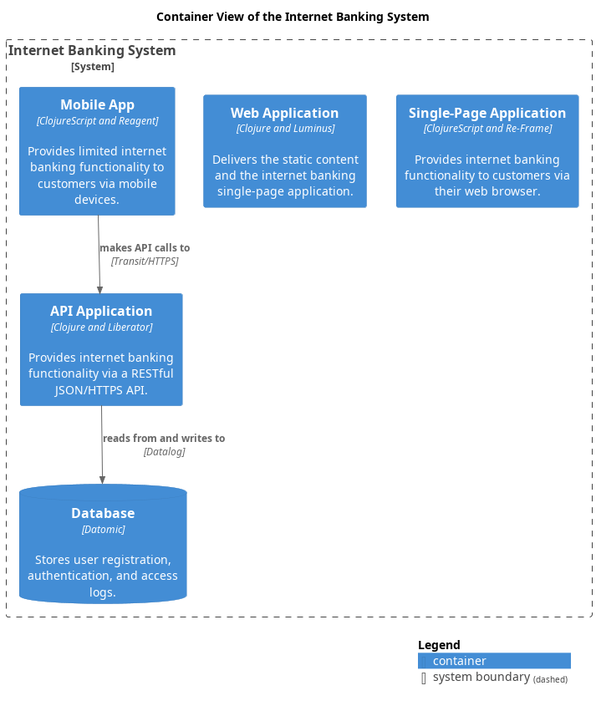
Above: docs/mybank/digital-banking/internet-banking-system/container-view.png in soulspace-org/my-bank-model (PlantUML), before the change.
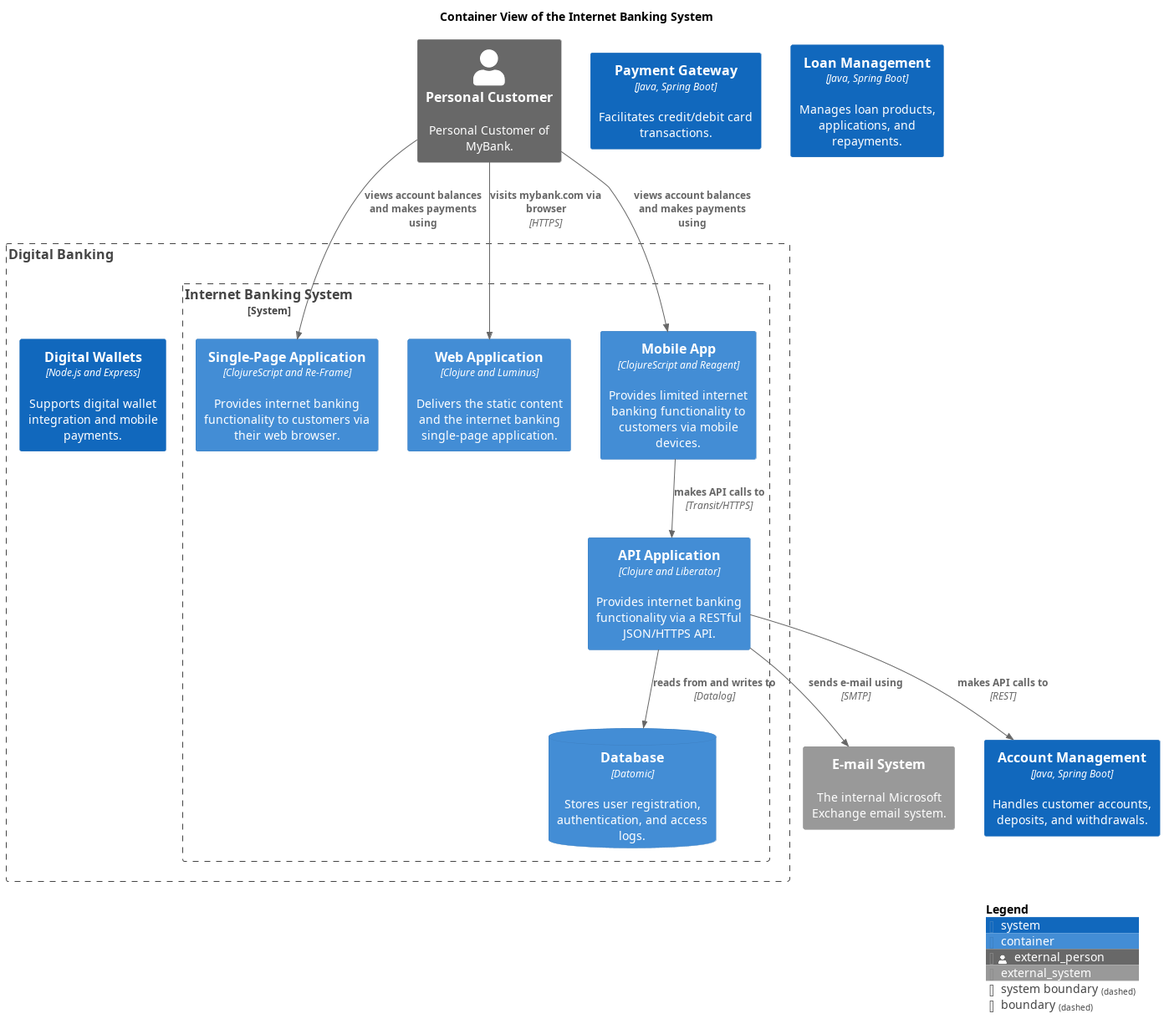
The same file after the commit.

Diff of the diagram source:
```diff
@@ -13,14 +13,34 @@
 
 
 title Container View of the Internet Banking System
-System_Boundary(mybank_digitalBanking_internetBankingSystem_internetBankingSystem, "Internet Banking System") {
-  Container(mybank_digitalBanking_internetBankingSystem_apiApplication, "API Application", $descr="Provides internet banking functionality via a RESTful JSON/HTTPS API.", $techn="Clojure and Liberator")
-  Container(mybank_digitalBanking_internetBankingSystem_singlePageApp, "Single-Page Application", $descr="Provides internet banking functionality to customers via their web browser.", $techn="ClojureScript and Re-Frame")
-  Container(mybank_digitalBanking_internetBankingSystem_webApp, "Web Application", $descr="Delivers the static content and the internet banking single-page application.", $techn="Clojure and Luminus")
-  Container(mybank_digitalBanking_internetBankingSystem_mobileApp, "Mobile App", $descr="Provides limited internet banking functionality to customers via mobile devices.", $techn="ClojureScript and Reagent")
-  ContainerDb(mybank_digitalBanking_internetBankingSystem_database, "Database", $descr="Stores user registration, authentication, and access logs.", $techn="Datomic")
+System_Ext(mybank_emailSystem, "E-mail System", $descr="The internal Microsoft Exchange email system.")
+Person_Ext(mybank_personalCustomer, "Personal Customer", $descr="Personal Customer of MyBank.")
+System(mybank_payment_paymentGatewaySystem, "Payment Gateway", $descr="Facilitates credit/debit card transactions.", $type="Java, Spring Boot")
+System(mybank_coreBanking_loanManagementSystem, "Loan Management", $descr="Manages loan products, applications, and repayments.", $type="Java, Spring Boot")
+System(mybank_coreBanking_accountManagementSystem, "Account Management", $descr="Handles customer accounts, deposits, and withdrawals.", $type="Java, Spring Boot")
+Boundary(mybank_digitalBanking_contextBoundary, "Digital Banking") {
+  System(mybank_digitalBanking_digitalWalletsSystem, "Digital Wallets", $descr="Supports digital wallet integration and mobile payments.", $type="Node.js and Express")
+  System_Boundary(mybank_digitalBanking_internetBankingSystem_internetBankingSystem, "Internet Banking System") {
+    Container(mybank_digitalBanking_internetBankingSystem_apiApplication, "API Application", $descr="Provides internet banking functionality via a RESTful JSON/HTTPS API.", $techn="Clojure and Liberator")
+    Container(mybank_digitalBanking_internetBankingSystem_singlePageApp, "Single-Page Application", $descr="Provides internet banking functionality to customers via their web browser.", $techn="ClojureScript and Re-Frame")
+    Container(mybank_digitalBanking_internetBankingSystem_webApp, "Web Application", $descr="Delivers the static content and the internet banking single-page application.", $techn="Clojure and Luminus")
+    Container(mybank_digitalBanking_internetBankingSystem_mobileApp, "Mobile App", $descr="Provides limited internet banking functionality to customers via mobile devices.", $techn="ClojureScript and Reagent")
+    ContainerDb(mybank_digitalBanking_internetBankingSystem_database, "Database", $descr="Stores user registration, authentication, and access logs.", $techn="Datomic")
+  }
+  System_Boundary(mybank_digitalBanking_internetBankingSystem_internetBankingSystem, "Internet Banking System") {
+    Container(mybank_digitalBanking_internetBankingSystem_apiApplication, "API Application", $descr="Provides internet banking functionality via a RESTful JSON/HTTPS API.", $techn="Clojure and Liberator")
+    Container(mybank_digitalBanking_internetBankingSystem_singlePageApp, "Single-Page Application", $descr="Provides internet banking functionality to customers via their web browser.", $techn="ClojureScript and Re-Frame")
+    Container(mybank_digitalBanking_internetBankingSystem_webApp, "Web Application", $descr="Delivers the static content and the internet banking single-page application.", $techn="Clojure and Luminus")
+    Container(mybank_digitalBanking_internetBankingSystem_mobileApp, "Mobile App", $descr="Provides limited internet banking functionality to customers via mobile devices.", $techn="ClojureScript and Reagent")
+    ContainerDb(mybank_digitalBanking_internetBankingSystem_database, "Database", $descr="Stores user registration, authentication, and access logs.", $techn="Datomic")
+  }
 }
+Rel(mybank_personalCustomer, mybank_digitalBanking_internetBankingSystem_webApp, "visits mybank.com via browser", $techn="HTTPS")
+Rel(mybank_digitalBanking_internetBankingSystem_apiApplication, mybank_emailSystem, "sends e-mail using", $techn="SMTP")
+Rel(mybank_digitalBanking_internetBankingSystem_apiApplication, mybank_coreBanking_accountManagementSystem, "makes API calls to", $techn="REST")
+Rel(mybank_personalCustomer, mybank_digitalBanking_internetBankingSystem_singlePageApp, "views account balances and makes payments using")
 Rel(mybank_digitalBanking_internetBankingSystem_mobileApp, mybank_digitalBanking_internetBankingSystem_apiApplication, "makes API calls to", $techn="Transit/HTTPS")
+Rel(mybank_personalCustomer, mybank_digitalBanking_internetBankingSystem_mobileApp, "views account balances and makes payments using")
 Rel(mybank_digitalBanking_internetBankingSystem_apiApplication, mybank_digitalBanking_internetBankingSystem_database, "reads from and writes to", $techn="Datalog")
 SHOW_LEGEND()
 @enduml
```
